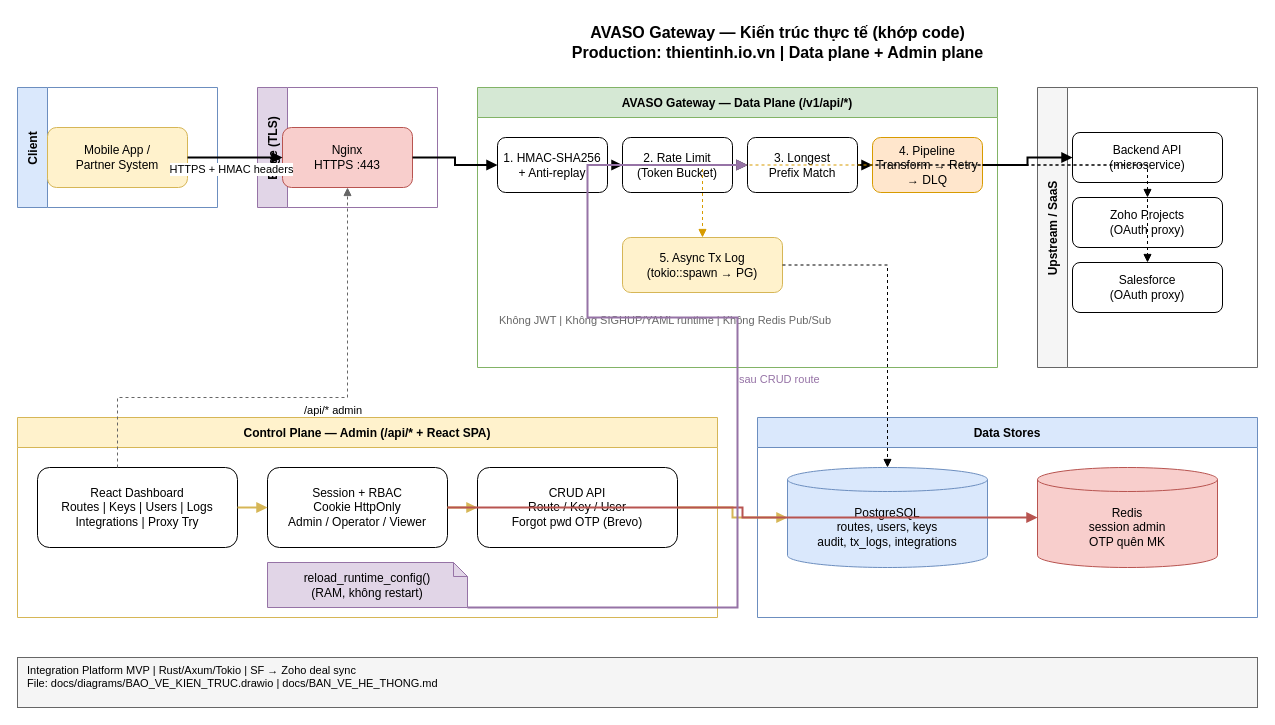
This is docs/diagrams/BAO_VE_KIEN_TRUC.drawio from thientinh651/API-Gateway-Integration-Platform, a draw.io file, before an edit. Source tidied: cells renumbered, new cells numbered last; positions are measured from the earlier drawing's top-left corner, leaving out a move shared by most shapes. Both pictures are drawn from the tidied source at 100%, with x=0, y=0 at pixel (17, 17).
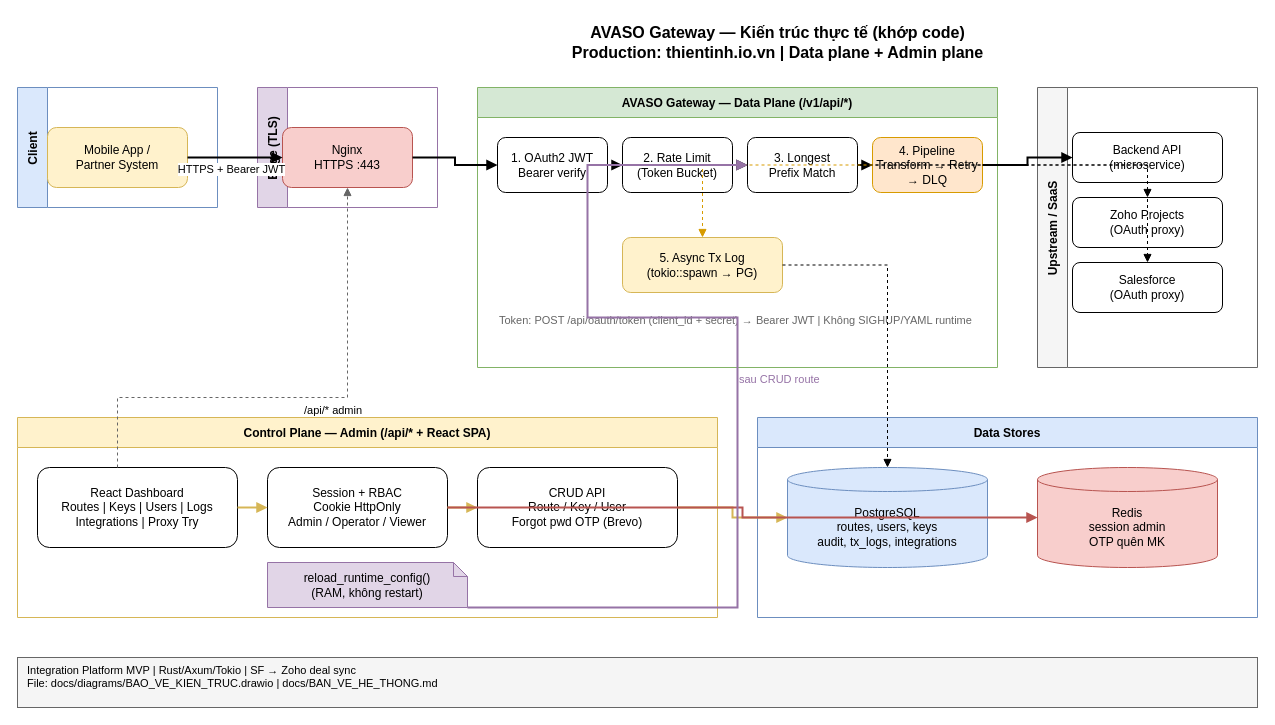
Above is the later version.

Unchanged cells that the change refers to:
```xml
<mxCell id="7" value="AVASO Gateway — Data Plane (/v1/api/*)" style="swimlane;startSize=30;fillColor=#d5e8d4;strokeColor=#82b366;fontStyle=1;" parent="1" vertex="1">
  <mxGeometry x="460" y="70" width="520" height="280" as="geometry" />
</mxCell>
<mxCell id="27" style="edgeStyle=orthogonalEdgeStyle;rounded=0;strokeWidth=2;endArrow=block;" parent="1" edge="1" source="4" target="6">
  <mxGeometry relative="1" as="geometry" />
</mxCell>
```

What changed in the source:
```diff
@@
-    <mxCell id="8" value="1. HMAC-SHA256&#10;+ Anti-replay" style="rounded=1;whiteSpace=wrap;html=1;" parent="7" vertex="1">
+    <mxCell id="8" value="1. OAuth2 JWT&#10;Bearer verify" style="rounded=1;whiteSpace=wrap;html=1;" parent="7" vertex="1">
       <mxGeometry x="20" y="50" width="110" height="55" as="geometry" />
     </mxCell>
@@
-    <mxCell id="13" value="Không JWT | Không SIGHUP/YAML runtime | Không Redis Pub/Sub" style="text;html=1;strokeColor=none;fillColor=none;align=left;fontSize=11;fontColor=#666666;" parent="7" vertex="1">
+    <mxCell id="13" value="Token: POST /api/oauth/token (client_id + secret) → Bearer JWT | Không SIGHUP/YAML runtime" style="text;html=1;strokeColor=none;fillColor=none;align=left;fontSize=11;fontColor=#666666;" parent="7" vertex="1">
       <mxGeometry x="20" y="220" width="480" height="30" as="geometry" />
     </mxCell>
@@
-    <mxCell id="28" value="HTTPS + HMAC headers" style="edgeLabel;html=1;align=center;" parent="27" vertex="1">
+    <mxCell id="28" value="HTTPS + Bearer JWT" style="edgeLabel;html=1;align=center;" parent="27" vertex="1">
       <mxGeometry x="-0.1" y="1" relative="1" as="geometry" />
     </mxCell>
```
